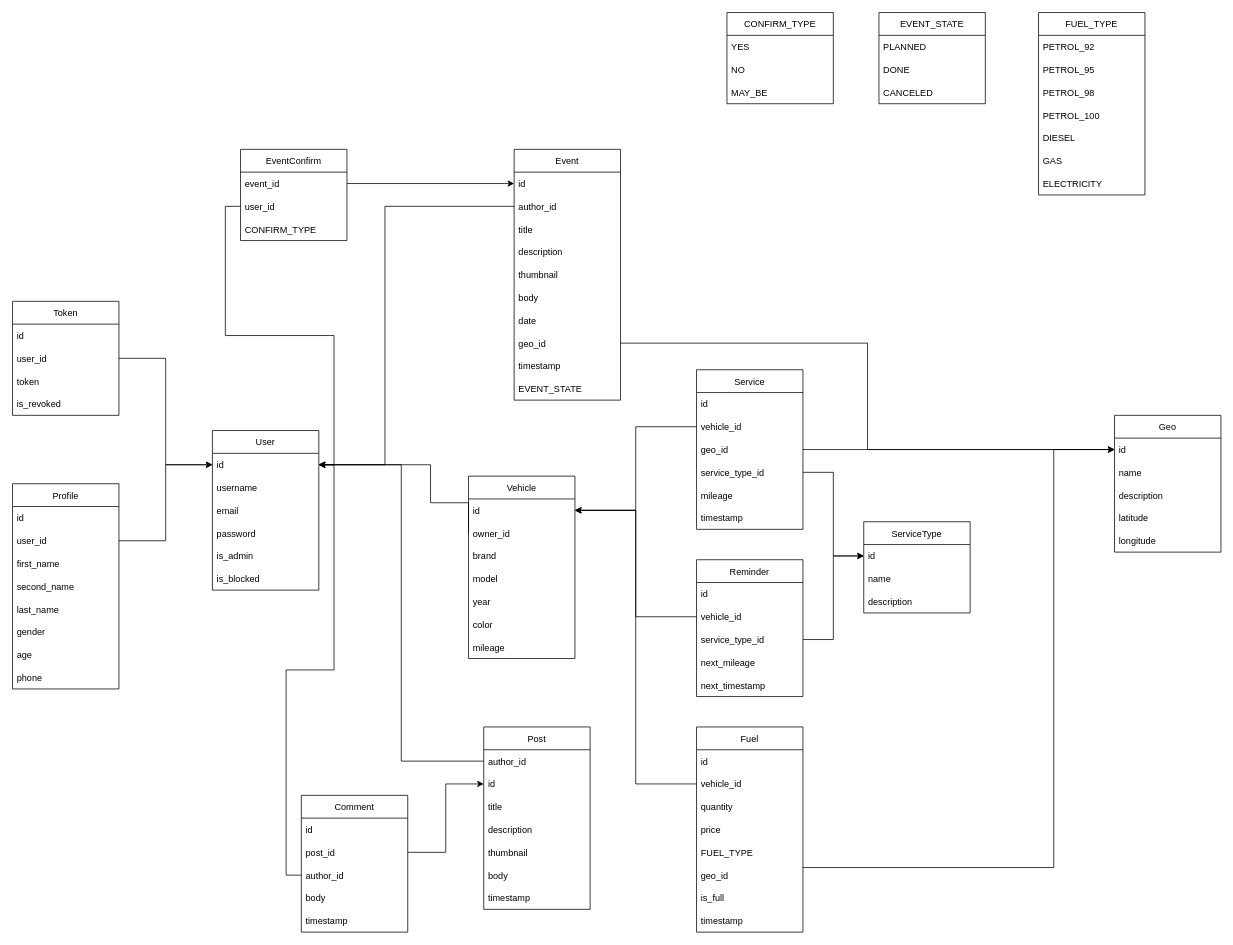
The draw.io diagram page "Page-1" (1 of 2) of schema.drawio in jadjer/mores, before the edit. Source tidied: cells renumbered, new cells numbered last; positions are measured from the earlier drawing's top-left corner, leaving out a move shared by most shapes. Both pictures are drawn from the tidied source at 76%, with x=0, y=0 at pixel (12, 12).
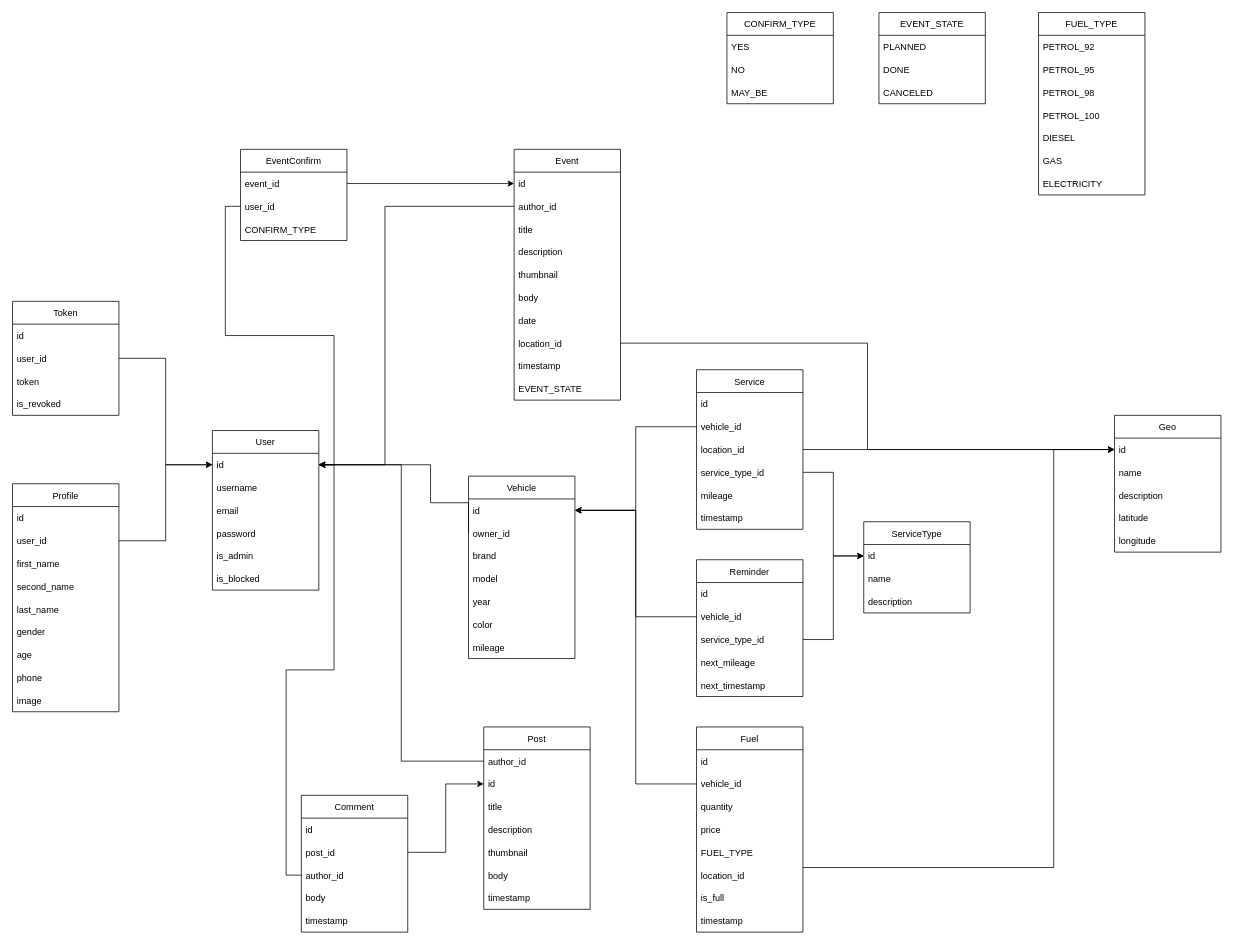
The same page after the edit.

Unchanged cells that the change refers to:
```xml
<mxCell id="17" value="Service" style="swimlane;fontStyle=0;horizontal=1;startSize=30;" parent="1" vertex="1">
  <mxGeometry x="900" y="470" width="140" height="210" as="geometry" />
</mxCell>
<mxCell id="45" value="Event" style="swimlane;fontStyle=0;horizontal=1;startSize=30;" parent="1" vertex="1">
  <mxGeometry x="660" y="180" width="140" height="330" as="geometry" />
</mxCell>
<mxCell id="89" value="Fuel" style="swimlane;fontStyle=0;horizontal=1;startSize=30;" parent="1" vertex="1">
  <mxGeometry x="900" y="940" width="140" height="270" as="geometry" />
</mxCell>
```

What changed in the source:
```diff
@@
-    <mxCell id="20" value="geo_id" style="text;strokeColor=none;fillColor=none;align=left;verticalAlign=middle;spacingLeft=4;spacingRight=4;overflow=hidden;points=[[0,0.5],[1,0.5]];portConstraint=eastwest;" parent="17" vertex="1">
+    <mxCell id="20" value="location_id" style="text;strokeColor=none;fillColor=none;align=left;verticalAlign=middle;spacingLeft=4;spacingRight=4;overflow=hidden;points=[[0,0.5],[1,0.5]];portConstraint=eastwest;" parent="17" vertex="1">
       <mxGeometry y="90" width="140" height="30" as="geometry" />
     </mxCell>
@@
-    <mxCell id="53" value="geo_id" style="text;strokeColor=none;fillColor=none;align=left;verticalAlign=middle;spacingLeft=4;spacingRight=4;overflow=hidden;points=[[0,0.5],[1,0.5]];portConstraint=eastwest;" parent="45" vertex="1">
+    <mxCell id="53" value="location_id" style="text;strokeColor=none;fillColor=none;align=left;verticalAlign=middle;spacingLeft=4;spacingRight=4;overflow=hidden;points=[[0,0.5],[1,0.5]];portConstraint=eastwest;" parent="45" vertex="1">
       <mxGeometry y="240" width="140" height="30" as="geometry" />
     </mxCell>
@@
-    <mxCell id="95" value="geo_id" style="text;strokeColor=none;fillColor=none;align=left;verticalAlign=middle;spacingLeft=4;spacingRight=4;overflow=hidden;points=[[0,0.5],[1,0.5]];portConstraint=eastwest;" parent="89" vertex="1">
+    <mxCell id="95" value="location_id" style="text;strokeColor=none;fillColor=none;align=left;verticalAlign=middle;spacingLeft=4;spacingRight=4;overflow=hidden;points=[[0,0.5],[1,0.5]];portConstraint=eastwest;" parent="89" vertex="1">
       <mxGeometry y="180" width="140" height="30" as="geometry" />
     </mxCell>
@@
     <mxCell id="115" value="Profile" style="swimlane;fontStyle=0;horizontal=1;startSize=30;" parent="1" vertex="1">
-      <mxGeometry y="620" width="140" height="270" as="geometry" />
+      <mxGeometry y="620" width="140" height="300" as="geometry" />
     </mxCell>
@@
+    <mxCell id="125" value="image" style="text;strokeColor=none;fillColor=none;align=left;verticalAlign=middle;spacingLeft=4;spacingRight=4;overflow=hidden;" parent="115" vertex="1">
+      <mxGeometry y="270" width="140" height="30" as="geometry" />
+    </mxCell>
```
